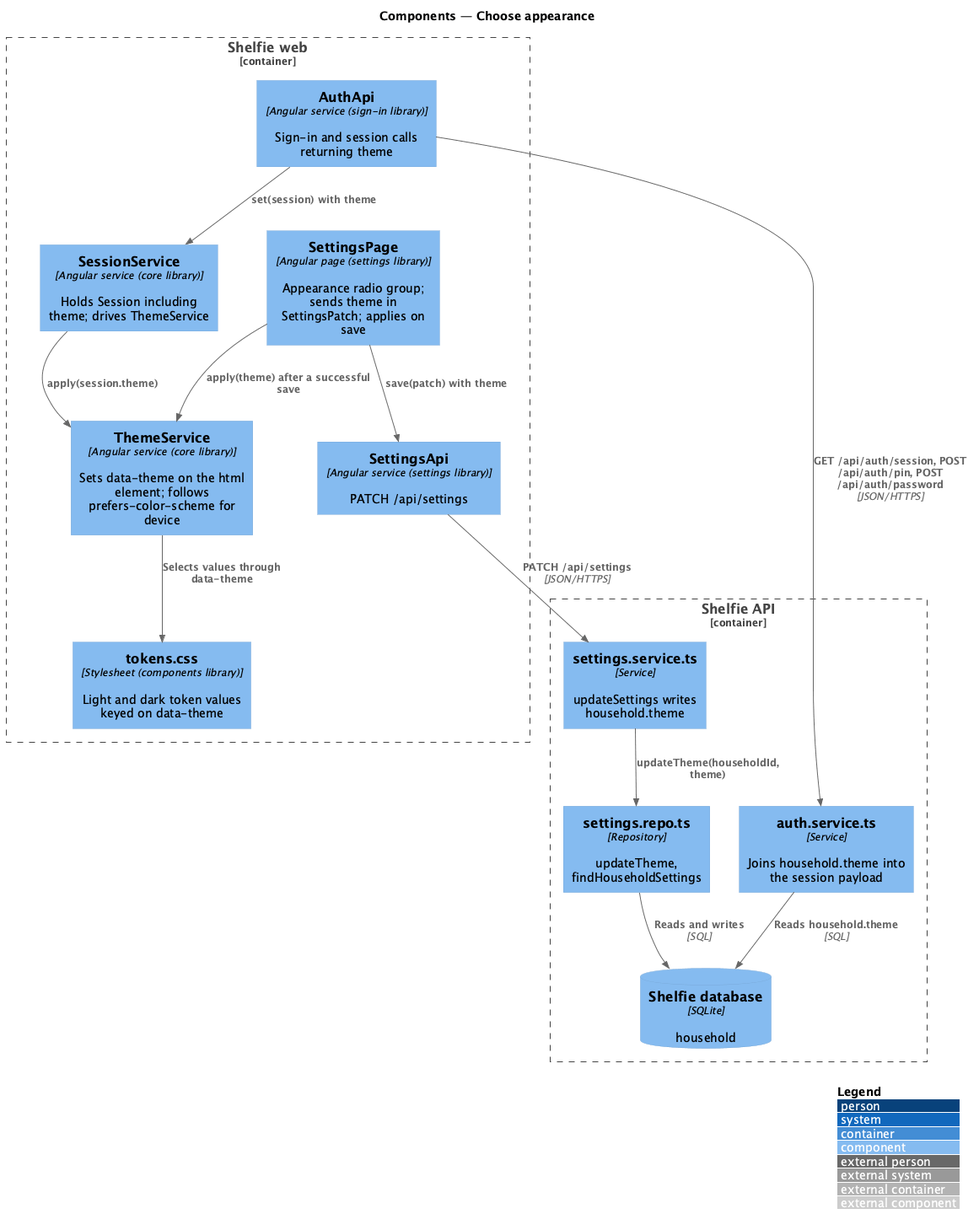
Before: docs/detailed-designs/settings/choose-appearance/diagrams/c4-component.png, a diagram exported from PlantUML (QuinntyneBrown/shelfie). Source of this version:
```plantuml
@startuml
!include <C4/C4_Component>
LAYOUT_WITH_LEGEND()
title Components — Choose appearance

Container_Boundary(web, "Shelfie web") {
  Component(page, "SettingsPage", "Angular page (settings library)", "Appearance radio group; sends theme in SettingsPatch; applies on save")
  Component(settingsApi, "SettingsApi", "Angular service (settings library)", "PATCH /api/settings")
  Component(authApi, "AuthApi", "Angular service (sign-in library)", "Sign-in and session calls returning theme")
  Component(session, "SessionService", "Angular service (core library)", "Holds Session including theme; drives ThemeService")
  Component(theme, "ThemeService", "Angular service (core library)", "Sets data-theme on the html element; follows prefers-color-scheme for device")
  Component(tokens, "tokens.css", "Stylesheet (components library)", "Light and dark token values keyed on data-theme")
}
Container_Boundary(api, "Shelfie API") {
  Component(authService, "auth.service.ts", "Service", "Joins household.theme into the session payload")
  Component(settingsService, "settings.service.ts", "Service", "updateSettings writes household.theme")
  Component(repo, "settings.repo.ts", "Repository", "updateTheme, findHouseholdSettings")
  ComponentDb(db, "Shelfie database", "SQLite", "household")
}
Rel(page, settingsApi, "save(patch) with theme")
Rel(page, theme, "apply(theme) after a successful save")
Rel(authApi, session, "set(session) with theme")
Rel(session, theme, "apply(session.theme)")
Rel(theme, tokens, "Selects values through data-theme")
Rel(settingsApi, settingsService, "PATCH /api/settings", "JSON/HTTPS")
Rel(authApi, authService, "GET /api/auth/session, POST /api/auth/pin, POST /api/auth/password", "JSON/HTTPS")
Rel(settingsService, repo, "updateTheme(householdId, theme)")
Rel(authService, db, "Reads household.theme", "SQL")
Rel(repo, db, "Reads and writes", "SQL")
@enduml
```
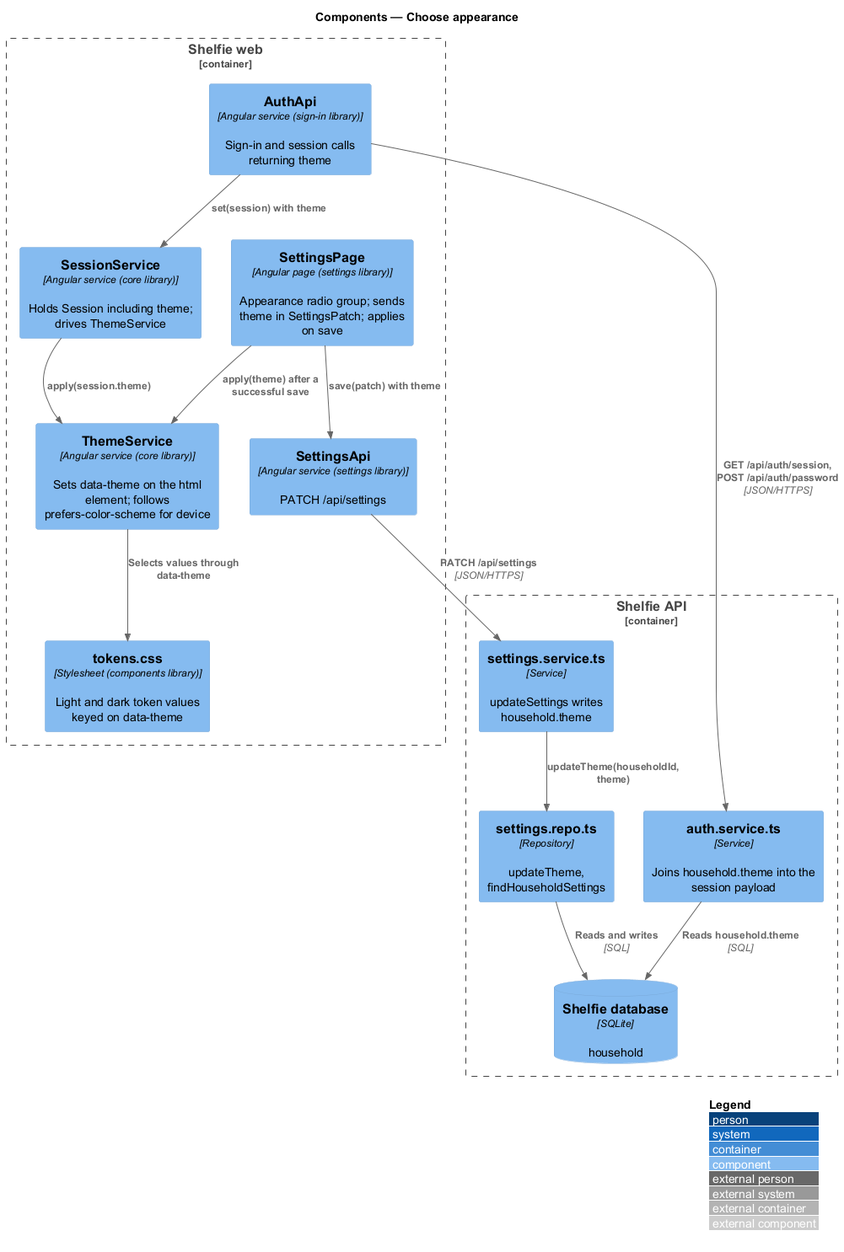
Later version of the same file.

Diff of the diagram source:
```diff
@@ -23,7 +23,7 @@
 Rel(session, theme, "apply(session.theme)")
 Rel(theme, tokens, "Selects values through data-theme")
 Rel(settingsApi, settingsService, "PATCH /api/settings", "JSON/HTTPS")
-Rel(authApi, authService, "GET /api/auth/session, POST /api/auth/pin, POST /api/auth/password", "JSON/HTTPS")
+Rel(authApi, authService, "GET /api/auth/session, POST /api/auth/password", "JSON/HTTPS")
 Rel(settingsService, repo, "updateTheme(householdId, theme)")
 Rel(authService, db, "Reads household.theme", "SQL")
 Rel(repo, db, "Reads and writes", "SQL")
```
